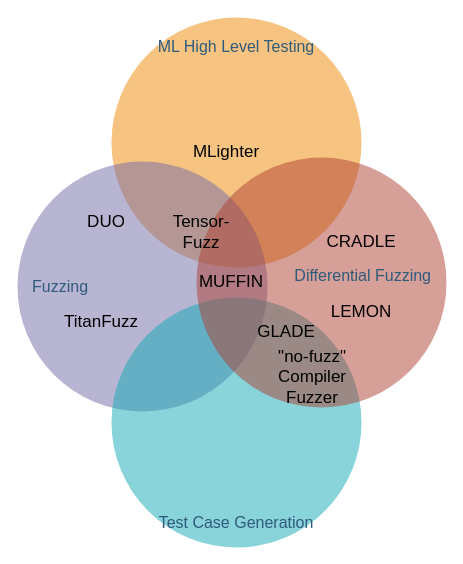
Earlier version of the draw.io diagram venn.drawio (GloC99/diagrams). Source tidied: cells renumbered, new cells numbered last; positions are measured from the earlier drawing's top-left corner, leaving out a move shared by most shapes. Both pictures are drawn from the tidied source at 100%, with x=0, y=0 at pixel (17, 17).
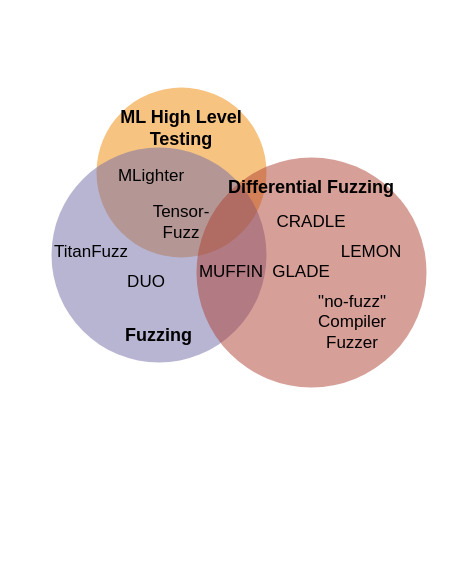
The same diagram, later.

The edit, as a diff of the source:
```diff
@@
 <mxGraphModel>
   <root>
     <mxCell id="0" />
     <mxCell id="1" parent="0" />
-    <mxCell id="2" value="&lt;div style=&quot;text-align: center; font-size: 16px;&quot;&gt;&lt;span style=&quot;font-size: 16px;&quot;&gt;ML High Level Testing&lt;/span&gt;&lt;/div&gt;" style="ellipse;whiteSpace=wrap;html=1;rounded=1;shadow=0;glass=0;labelBackgroundColor=none;strokeColor=none;strokeWidth=1;fillColor=#F08705;gradientColor=none;fontFamily=Helvetica;fontSize=16;fontColor=#2F5B7C;align=center;opacity=50;verticalAlign=top;spacing=15;" parent="1" vertex="1">
-      <mxGeometry x="94" width="250" height="250" as="geometry" />
+    <mxCell id="2" value="&lt;div style=&quot;&quot;&gt;&lt;font style=&quot;font-size: 18px;&quot; color=&quot;#000000&quot;&gt;&lt;b&gt;ML High Level Testing&lt;/b&gt;&lt;/font&gt;&lt;/div&gt;" style="ellipse;whiteSpace=wrap;html=1;rounded=1;shadow=0;glass=0;labelBackgroundColor=none;strokeColor=none;strokeWidth=1;fillColor=#F08705;gradientColor=none;fontFamily=Helvetica;fontSize=16;fontColor=#2F5B7C;align=center;opacity=50;verticalAlign=top;spacing=15;" parent="1" vertex="1">
+      <mxGeometry x="79" y="70" width="170" height="170" as="geometry" />
     </mxCell>
-    <mxCell id="3" value="Fuzzing" style="ellipse;whiteSpace=wrap;html=1;rounded=1;shadow=0;glass=0;labelBackgroundColor=none;strokeColor=none;strokeWidth=1;fillColor=#736CA8;gradientColor=none;fontFamily=Helvetica;fontSize=16;fontColor=#2F5B7C;align=left;opacity=50;spacing=15;" parent="1" vertex="1">
-      <mxGeometry y="144" width="250" height="250" as="geometry" />
+    <mxCell id="3" value="&lt;font style=&quot;font-size: 18px;&quot; color=&quot;#000000&quot;&gt;&lt;b&gt;Fuzzing&lt;/b&gt;&lt;/font&gt;" style="ellipse;whiteSpace=wrap;html=1;rounded=1;shadow=0;glass=0;labelBackgroundColor=none;strokeColor=none;strokeWidth=1;fillColor=#736CA8;gradientColor=none;fontFamily=Helvetica;fontSize=16;fontColor=#2F5B7C;align=center;opacity=50;spacing=15;verticalAlign=bottom;" parent="1" vertex="1">
+      <mxGeometry x="34" y="130" width="215" height="215" as="geometry" />
     </mxCell>
-    <mxCell id="4" value="Test Case Generation" style="ellipse;whiteSpace=wrap;html=1;rounded=1;shadow=0;glass=0;labelBackgroundColor=none;strokeColor=none;strokeWidth=1;fillColor=#12AAB5;gradientColor=none;fontFamily=Helvetica;fontSize=16;fontColor=#2F5B7C;align=center;opacity=50;spacing=15;verticalAlign=bottom;" parent="1" vertex="1">
-      <mxGeometry x="94" y="280" width="250" height="250" as="geometry" />
-    </mxCell>
-    <mxCell id="5" value="&lt;div style=&quot;font-size: 16px;&quot;&gt;&lt;span style=&quot;font-size: 16px;&quot;&gt;Differential Fuzzing&lt;/span&gt;&lt;/div&gt;" style="ellipse;whiteSpace=wrap;html=1;rounded=1;shadow=0;glass=0;labelBackgroundColor=none;strokeColor=none;strokeWidth=1;fillColor=#AE4132;gradientColor=none;fontFamily=Helvetica;fontSize=16;fontColor=#2F5B7C;align=right;opacity=50;verticalAlign=middle;spacingBottom=15;spacing=15;rotation=0;" parent="1" vertex="1">
-      <mxGeometry x="179" y="140" width="250" height="250" as="geometry" />
+    <mxCell id="5" value="&lt;div style=&quot;&quot;&gt;&lt;font color=&quot;#000000&quot; style=&quot;font-size: 18px;&quot;&gt;&lt;b&gt;Differential Fuzzing&lt;/b&gt;&lt;/font&gt;&lt;/div&gt;" style="ellipse;whiteSpace=wrap;html=1;rounded=1;shadow=0;glass=0;labelBackgroundColor=none;strokeColor=none;strokeWidth=1;fillColor=#AE4132;gradientColor=none;fontFamily=Helvetica;fontSize=16;fontColor=#2F5B7C;align=center;opacity=50;verticalAlign=top;spacingBottom=15;spacing=15;rotation=0;" parent="1" vertex="1">
+      <mxGeometry x="179" y="140" width="230" height="230" as="geometry" />
     </mxCell>
     <mxCell id="6" value="MLighter" style="text;html=1;align=center;verticalAlign=middle;whiteSpace=wrap;rounded=0;fontSize=17;" parent="1" vertex="1">
-      <mxGeometry x="179" y="120" width="60" height="30" as="geometry" />
+      <mxGeometry x="104" y="144" width="60" height="30" as="geometry" />
     </mxCell>
     <mxCell id="7" value="GLADE" style="text;html=1;align=center;verticalAlign=middle;whiteSpace=wrap;rounded=0;fontSize=17;" parent="1" vertex="1">
-      <mxGeometry x="239" y="300" width="60" height="30" as="geometry" />
+      <mxGeometry x="254" y="240" width="60" height="30" as="geometry" />
     </mxCell>
     <mxCell id="8" value="&quot;no-fuzz&quot; Compiler Fuzzer" style="text;html=1;align=center;verticalAlign=middle;whiteSpace=wrap;rounded=0;fontSize=17;" parent="1" vertex="1">
-      <mxGeometry x="264" y="320" width="61.6" height="80" as="geometry" />
+      <mxGeometry x="304" y="265" width="61.6" height="80" as="geometry" />
     </mxCell>
     <mxCell id="9" value="CRADLE" style="text;html=1;align=center;verticalAlign=middle;whiteSpace=wrap;rounded=0;fontSize=17;" parent="1" vertex="1">
-      <mxGeometry x="314" y="210" width="60" height="30" as="geometry" />
+      <mxGeometry x="264" y="190" width="60" height="30" as="geometry" />
     </mxCell>
     <mxCell id="10" value="LEMON" style="text;html=1;align=center;verticalAlign=middle;whiteSpace=wrap;rounded=0;fontSize=17;" parent="1" vertex="1">
-      <mxGeometry x="314" y="280" width="60" height="30" as="geometry" />
+      <mxGeometry x="324" y="220" width="60" height="30" as="geometry" />
     </mxCell>
     <mxCell id="11" value="MUFFIN" style="text;html=1;align=center;verticalAlign=middle;whiteSpace=wrap;rounded=0;fontSize=17;" parent="1" vertex="1">
-      <mxGeometry x="179" y="240" width="70" height="50" as="geometry" />
+      <mxGeometry x="179" y="230" width="70" height="50" as="geometry" />
     </mxCell>
     <mxCell id="12" value="DUO" style="text;html=1;align=center;verticalAlign=middle;whiteSpace=wrap;rounded=0;fontSize=17;" parent="1" vertex="1">
-      <mxGeometry x="54" y="190" width="70" height="30" as="geometry" />
+      <mxGeometry x="94" y="250" width="70" height="30" as="geometry" />
     </mxCell>
     <mxCell id="13" value="Tensor-Fuzz" style="text;html=1;align=center;verticalAlign=middle;whiteSpace=wrap;rounded=0;fontSize=17;" parent="1" vertex="1">
-      <mxGeometry x="154" y="200" width="60" height="30" as="geometry" />
+      <mxGeometry x="134" y="190" width="60" height="30" as="geometry" />
     </mxCell>
     <mxCell id="14" value="TitanFuzz" style="text;html=1;align=center;verticalAlign=middle;whiteSpace=wrap;rounded=0;fontSize=17;" parent="1" vertex="1">
-      <mxGeometry x="54" y="290" width="60" height="30" as="geometry" />
+      <mxGeometry x="44" y="220" width="60" height="30" as="geometry" />
     </mxCell>
   </root>
 </mxGraphModel>
```
